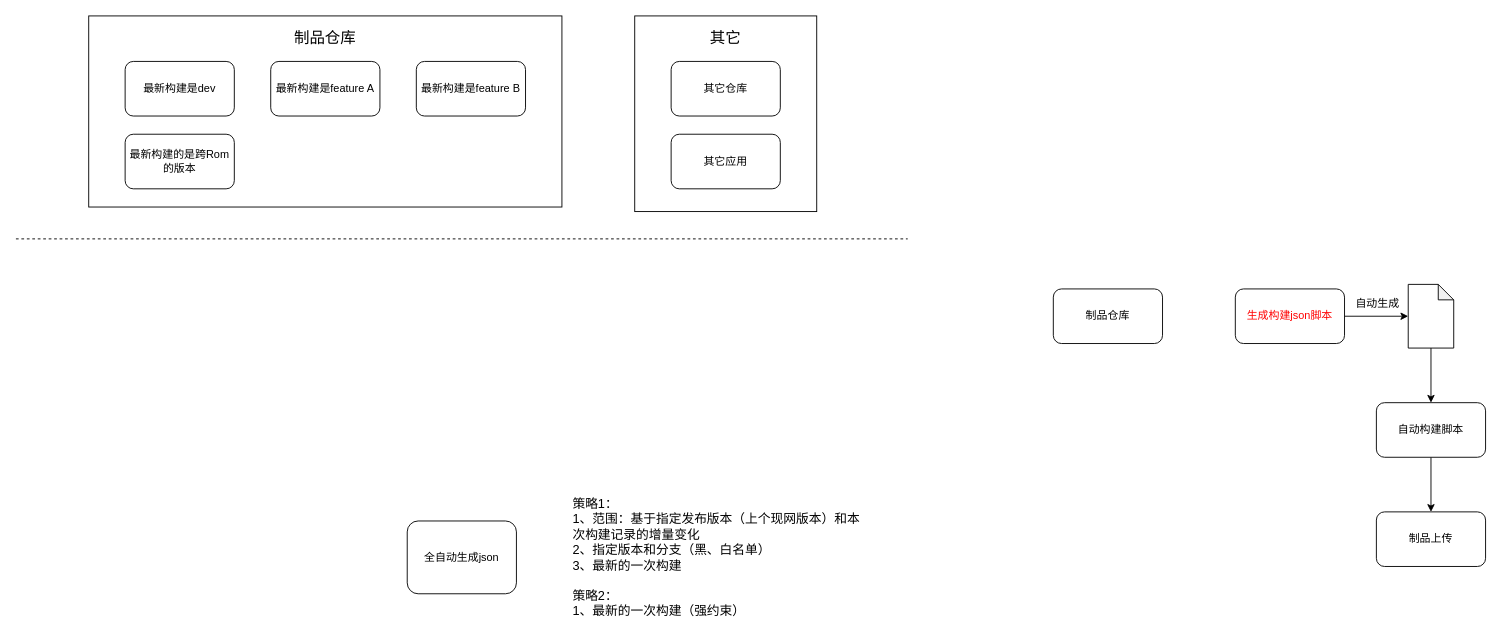
Before: Untitled Diagram.drawio in walkwall/drawing, a draw.io diagram. Source tidied: cells renumbered, new cells numbered last; positions are measured from the earlier drawing's top-left corner, leaving out a move shared by most shapes. Both pictures are drawn from the tidied source at 91%, with x=0, y=0 at pixel (15, 15).
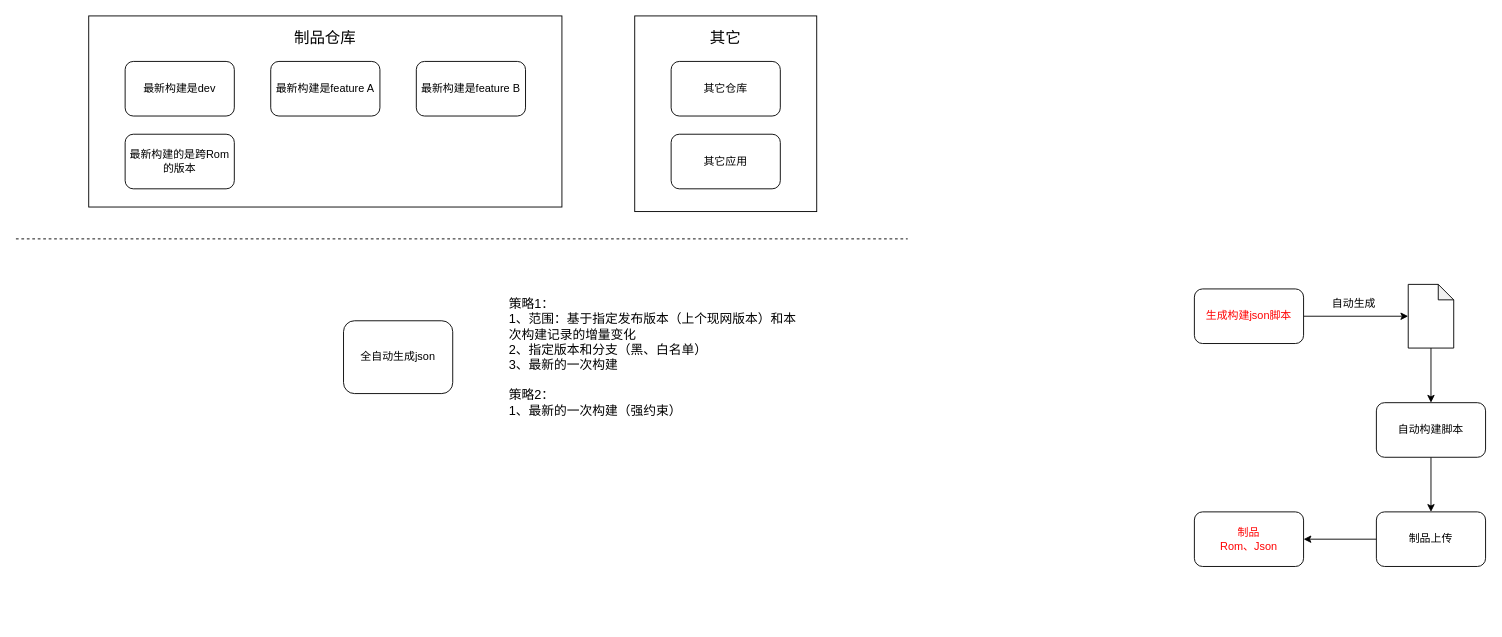
Above is the later version.

The change refers to these unchanged cells:
```xml
<mxCell id="23" value="制品上传" style="rounded=1;whiteSpace=wrap;html=1;" parent="1" vertex="1">
  <mxGeometry x="1495" y="545" width="120" height="60" as="geometry" />
</mxCell>
```

The edit, as a diff of the source:
```diff
@@
     <mxCell id="6" value="全自动生成json" style="rounded=1;whiteSpace=wrap;html=1;" parent="1" vertex="1">
-      <mxGeometry x="430" y="555" width="120" height="80" as="geometry" />
+      <mxGeometry x="360" y="335" width="120" height="80" as="geometry" />
     </mxCell>
     <mxCell id="7" value="策略1：&lt;br&gt;1、范围：基于指定发布版本（上个现网版本）和本次构建记录的增量变化&lt;br style=&quot;font-size: 14px&quot;&gt;2、指定版本和分支（黑、白名单）&lt;br style=&quot;font-size: 14px&quot;&gt;3、最新的一次构建&lt;br&gt;&lt;br&gt;策略2：&lt;br&gt;1、最新的一次构建（强约束）" style="text;html=1;strokeColor=none;fillColor=none;align=left;verticalAlign=middle;whiteSpace=wrap;rounded=0;fontSize=14;" parent="1" vertex="1">
-      <mxGeometry x="610" y="525" width="320" height="140" as="geometry" />
+      <mxGeometry x="540" y="305" width="320" height="140" as="geometry" />
     </mxCell>
@@
     <mxCell id="17" value="&lt;font color=&quot;#ff0000&quot;&gt;生成构建json脚本&lt;/font&gt;" style="rounded=1;whiteSpace=wrap;html=1;" parent="1" vertex="1">
-      <mxGeometry x="1340" y="300" width="120" height="60" as="geometry" />
+      <mxGeometry x="1295" y="300" width="120" height="60" as="geometry" />
     </mxCell>
-    <mxCell id="18" value="制品仓库" style="rounded=1;whiteSpace=wrap;html=1;" parent="1" vertex="1">
-      <mxGeometry x="1140" y="300" width="120" height="60" as="geometry" />
-    </mxCell>
@@
+    <mxCell id="24" style="edgeStyle=orthogonalEdgeStyle;rounded=0;jettySize=auto;html=1;" parent="1" edge="1" source="23" target="25">
+      <mxGeometry relative="1" as="geometry" />
+    </mxCell>
@@
+    <mxCell id="25" value="&lt;font color=&quot;#ff0000&quot;&gt;制品&lt;br&gt;Rom、Json&lt;/font&gt;" style="rounded=1;whiteSpace=wrap;html=1;" parent="1" vertex="1">
+      <mxGeometry x="1295" y="545" width="120" height="60" as="geometry" />
+    </mxCell>
```
